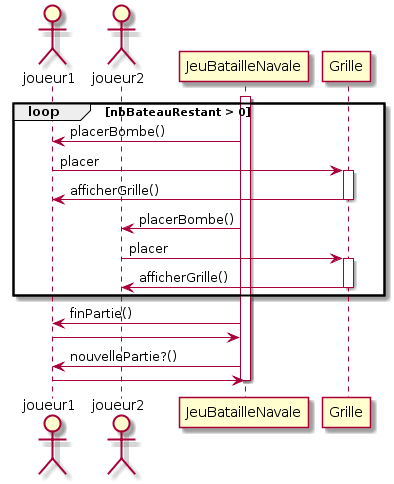
Earlier version of the PlantUML export UML/diagramme_sequence_partie.png (saraben28/Bataille-Navale). The source it was exported from:
```plantuml
@startuml
actor joueur1
actor joueur2

activate JeuBatailleNavale
loop nbBateauRestant > 0
   JeuBatailleNavale -> joueur1 : placerBombe()
   joueur1 -> Grille : placer
   activate Grille
   Grille -> joueur1 : afficherGrille()
   deactivate Grille
   JeuBatailleNavale -> joueur2 : placerBombe()
   joueur2 -> Grille : placer
   activate Grille
   Grille -> joueur2 : afficherGrille()
   deactivate Grille
end
JeuBatailleNavale -> joueur1 : finPartie()
joueur1 -> JeuBatailleNavale
JeuBatailleNavale -> joueur1 : nouvellePartie?()
joueur1 -> JeuBatailleNavale


deactivate JeuBatailleNavale
@enduml
```
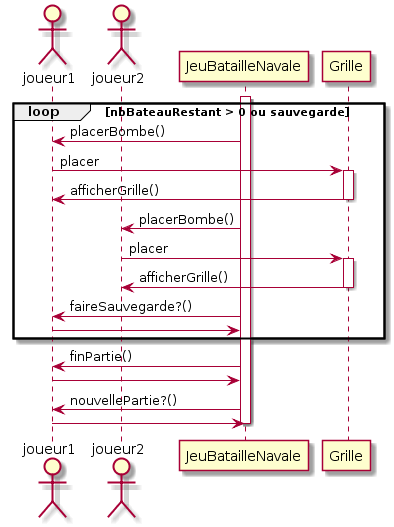
Later version of the same file.

Commit message:
ajout sauvegarde

Change to the diagram source:
```diff
@@ -3,7 +3,7 @@
 actor joueur2
 
 activate JeuBatailleNavale
-loop nbBateauRestant > 0
+loop nbBateauRestant > 0 ou sauvegarde
    JeuBatailleNavale -> joueur1 : placerBombe()
    joueur1 -> Grille : placer
    activate Grille
@@ -14,6 +14,8 @@
    activate Grille
    Grille -> joueur2 : afficherGrille()
    deactivate Grille
+   JeuBatailleNavale -> joueur1 : faireSauvegarde?()
+   joueur1 -> JeuBatailleNavale
 end
 JeuBatailleNavale -> joueur1 : finPartie()
 joueur1 -> JeuBatailleNavale
```
